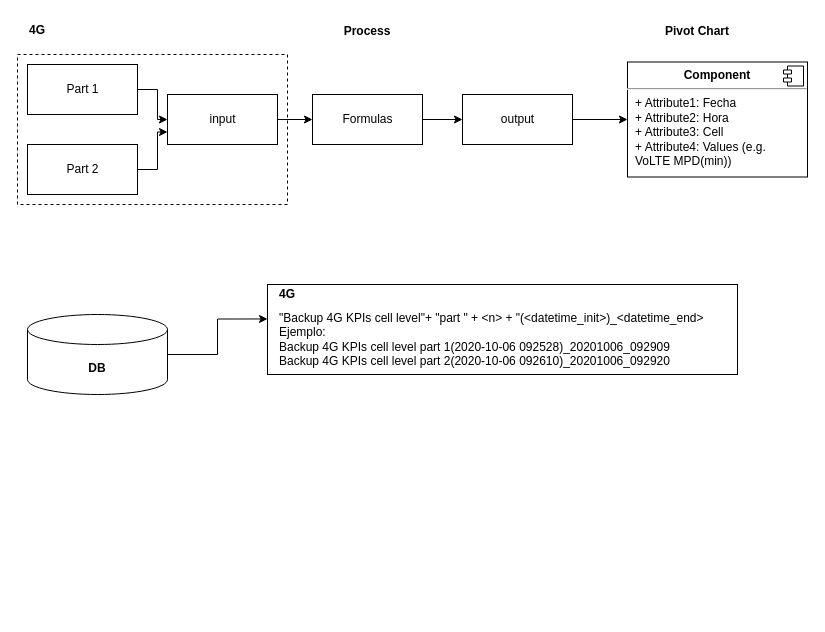
This is archDiagram.drawio from charlieromano/autoReportsRF, a draw.io file, before an edit. Source tidied: cells renumbered, new cells numbered last; positions are measured from the earlier drawing's top-left corner, leaving out a move shared by most shapes. Both pictures are drawn from the tidied source at 100%, with x=0, y=0 at pixel (17, 17).
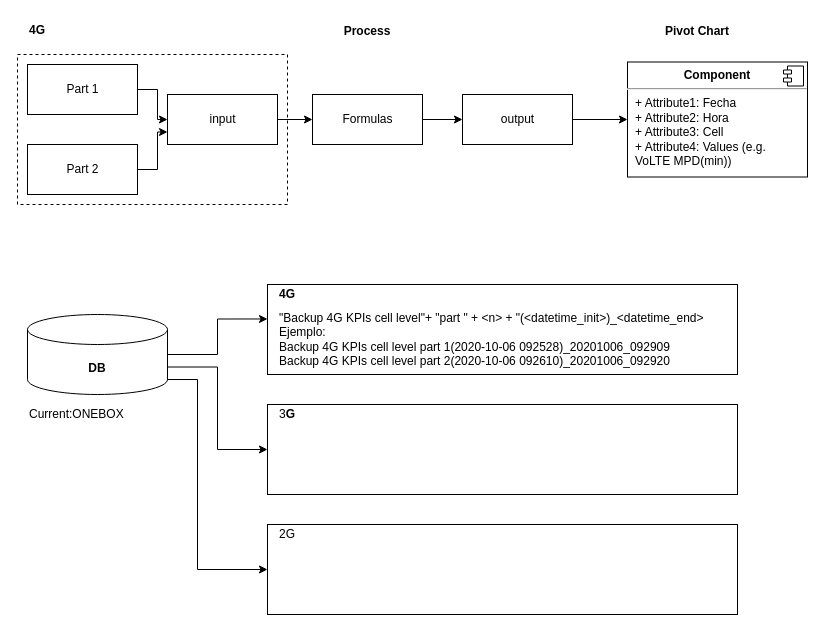
The same diagram, later.

The change refers to these unchanged cells:
```xml
<mxCell id="18" style="shape=cylinder3;whiteSpace=wrap;html=1;boundedLbl=1;backgroundOutline=1;size=15;fillColor=none;" parent="17" vertex="1">
  <mxGeometry width="140" height="80" as="geometry" />
</mxCell>
```

Change to the diagram source:
```diff
@@
+    <mxCell id="26" style="group;" parent="1" vertex="1">
+      <mxGeometry x="250" y="387" width="480" height="90" as="geometry" />
+    </mxCell>
+    <mxCell id="27" style="rounded=0;whiteSpace=wrap;html=1;fillColor=none;align=left;" parent="26" vertex="1">
+      <mxGeometry width="470" height="90" as="geometry" />
+    </mxCell>
+    <mxCell id="28" value="3&lt;b&gt;G&lt;/b&gt;" style="text;html=1;strokeColor=none;fillColor=none;align=center;verticalAlign=middle;whiteSpace=wrap;rounded=0;" parent="26" vertex="1">
+      <mxGeometry width="40" height="20" as="geometry" />
+    </mxCell>
+    <mxCell id="29" style="group;" parent="1" vertex="1">
+      <mxGeometry x="250" y="507" width="480" height="90" as="geometry" />
+    </mxCell>
+    <mxCell id="30" style="rounded=0;whiteSpace=wrap;html=1;fillColor=none;align=left;" parent="29" vertex="1">
+      <mxGeometry width="470" height="90" as="geometry" />
+    </mxCell>
+    <mxCell id="31" value="2G" style="text;html=1;strokeColor=none;fillColor=none;align=center;verticalAlign=middle;whiteSpace=wrap;rounded=0;" parent="29" vertex="1">
+      <mxGeometry width="40" height="20" as="geometry" />
+    </mxCell>
+    <mxCell id="32" style="edgeStyle=orthogonalEdgeStyle;rounded=0;jettySize=auto;html=1;exitX=1;exitY=0;exitDx=0;exitDy=52.5;exitPerimeter=0;entryX=0;entryY=0.5;entryDx=0;entryDy=0;" parent="1" edge="1" source="18" target="27">
+      <mxGeometry relative="1" as="geometry" />
+    </mxCell>
+    <mxCell id="33" style="edgeStyle=orthogonalEdgeStyle;rounded=0;jettySize=auto;html=1;exitX=1;exitY=1;exitDx=0;exitDy=-15;exitPerimeter=0;entryX=0;entryY=0.5;entryDx=0;entryDy=0;" parent="1" edge="1" source="18" target="30">
+      <mxGeometry relative="1" as="geometry">
+        <Array as="points">
+          <mxPoint x="180" y="362" />
+          <mxPoint x="180" y="552" />
+        </Array>
+      </mxGeometry>
+    </mxCell>
+    <mxCell id="34" value="Current:ONEBOX" style="text;html=1;strokeColor=none;fillColor=none;align=left;verticalAlign=middle;whiteSpace=wrap;rounded=0;" parent="1" vertex="1">
+      <mxGeometry x="10" y="387" width="130" height="20" as="geometry" />
+    </mxCell>
```
